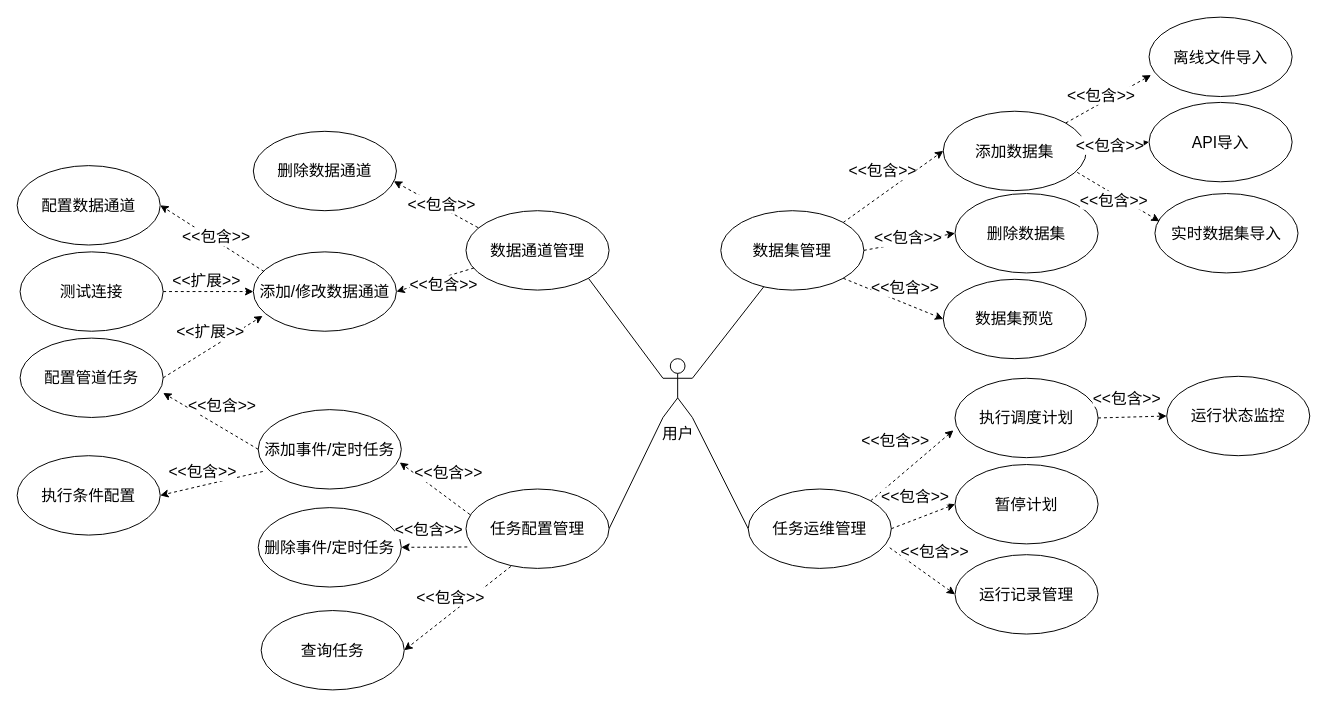
Above: 数据开发与管理.drawio in nianqingdeguowang/python (draw.io), before the change. Source tidied: cells renumbered, new cells numbered last; positions are measured from the earlier drawing's top-left corner, leaving out a move shared by most shapes. Both pictures are drawn from the tidied source at 98%, with x=0, y=0 at pixel (17, 17).
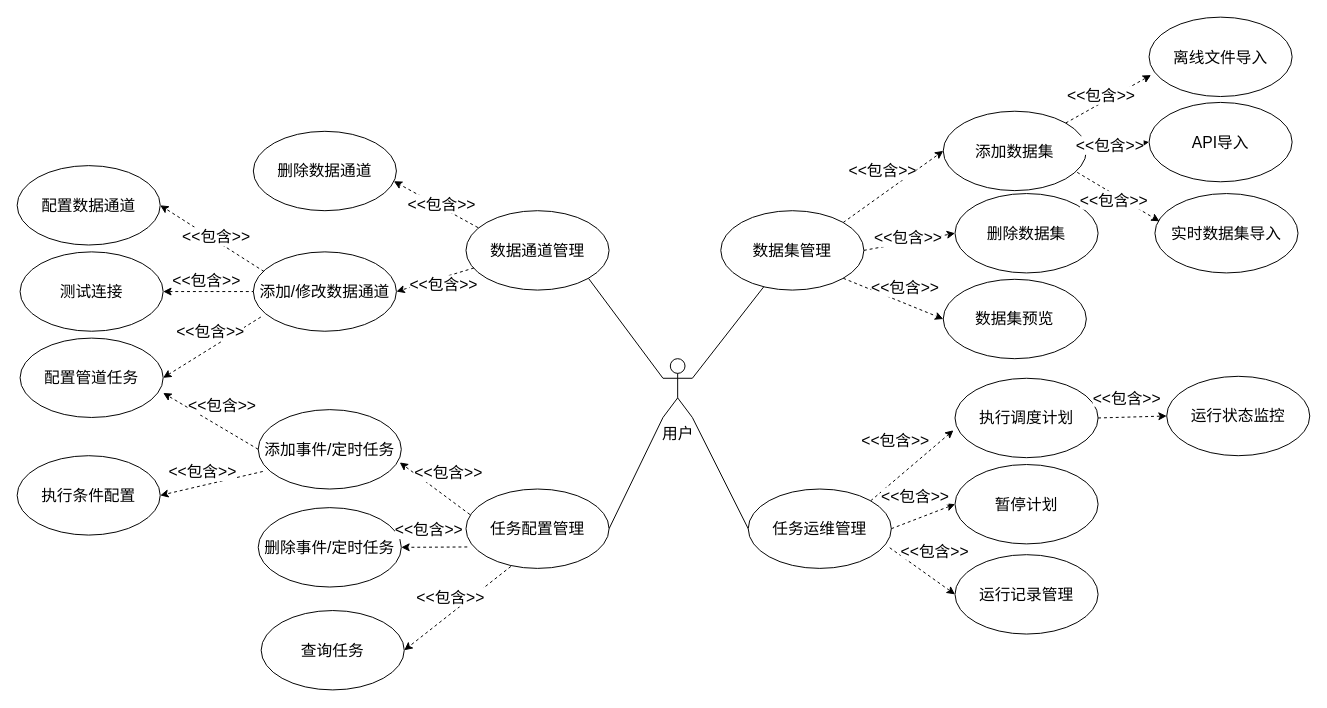
The same page after the edit.

Commit message:
更新数据开发与管理.drawio

The change refers to these unchanged cells:
```xml
<mxCell id="32" value="&lt;font style=&quot;font-size: 16px;&quot;&gt;添加/修改数据通道&lt;/font&gt;" style="ellipse;whiteSpace=wrap;html=1;fontSize=16;" parent="1" vertex="1">
  <mxGeometry x="241" y="239.5" width="146" height="81" as="geometry" />
</mxCell>
<mxCell id="36" value="&lt;font style=&quot;font-size: 16px;&quot;&gt;测试连接&lt;/font&gt;" style="ellipse;whiteSpace=wrap;html=1;fontSize=16;" parent="1" vertex="1">
  <mxGeometry x="3" y="239.5" width="146" height="81" as="geometry" />
</mxCell>
<mxCell id="41" value="&lt;font style=&quot;font-size: 16px;&quot;&gt;配置管道任务&lt;/font&gt;" style="ellipse;whiteSpace=wrap;html=1;fontSize=16;" parent="1" vertex="1">
  <mxGeometry x="3" y="327.5" width="146" height="81" as="geometry" />
</mxCell>
```

Change to the diagram source:
```diff
@@
-    <mxCell id="39" style="edgeStyle=none;rounded=0;jettySize=auto;html=1;dashed=1;exitX=1;exitY=0.5;exitDx=0;exitDy=0;entryX=0;entryY=0.5;entryDx=0;entryDy=0;fontSize=16;" parent="1" edge="1" source="36" target="32">
+    <mxCell id="39" style="edgeStyle=none;rounded=0;jettySize=auto;html=1;dashed=1;exitX=1;exitY=0.5;exitDx=0;exitDy=0;entryX=0;entryY=0.5;entryDx=0;entryDy=0;fontSize=16;startArrow=classic;startFill=1;endArrow=none;endFill=0;" parent="1" edge="1" source="36" target="32">
       <mxGeometry relative="1" as="geometry" />
     </mxCell>
-    <mxCell id="40" value="&lt;span style=&quot;font-size: 16px;&quot;&gt;&amp;lt;&amp;lt;扩展&amp;gt;&amp;gt;&lt;/span&gt;" style="edgeLabel;html=1;align=center;verticalAlign=middle;fontSize=16;" parent="39" vertex="1">
+    <mxCell id="40" value="&lt;span style=&quot;font-size: 16px;&quot;&gt;&amp;lt;&amp;lt;包含&amp;gt;&amp;gt;&lt;/span&gt;" style="edgeLabel;html=1;align=center;verticalAlign=middle;fontSize=16;" parent="39" vertex="1">
       <mxGeometry x="0.15" y="3" relative="1" as="geometry">
         <mxPoint x="-10" y="-9" as="offset" />
       </mxGeometry>
     </mxCell>
@@
-    <mxCell id="42" style="edgeStyle=none;rounded=0;jettySize=auto;html=1;dashed=1;exitX=1;exitY=0.5;exitDx=0;exitDy=0;entryX=0.065;entryY=0.807;entryDx=0;entryDy=0;entryPerimeter=0;fontSize=16;" parent="1" edge="1" source="41" target="32">
+    <mxCell id="42" style="edgeStyle=none;rounded=0;jettySize=auto;html=1;dashed=1;exitX=1;exitY=0.5;exitDx=0;exitDy=0;entryX=0.065;entryY=0.807;entryDx=0;entryDy=0;entryPerimeter=0;fontSize=16;startArrow=classic;startFill=1;endArrow=none;endFill=0;" parent="1" edge="1" source="41" target="32">
       <mxGeometry relative="1" as="geometry" />
     </mxCell>
-    <mxCell id="43" value="&lt;span style=&quot;font-size: 16px;&quot;&gt;&amp;lt;&amp;lt;扩展&amp;gt;&amp;gt;&lt;/span&gt;" style="edgeLabel;html=1;align=center;verticalAlign=middle;fontSize=16;" parent="42" vertex="1">
+    <mxCell id="43" value="&lt;span style=&quot;font-size: 16px;&quot;&gt;&amp;lt;&amp;lt;包含&amp;gt;&amp;gt;&lt;/span&gt;" style="edgeLabel;html=1;align=center;verticalAlign=middle;fontSize=16;" parent="42" vertex="1">
       <mxGeometry x="0.15" y="3" relative="1" as="geometry">
         <mxPoint x="-10" y="-9" as="offset" />
       </mxGeometry>
     </mxCell>
```
